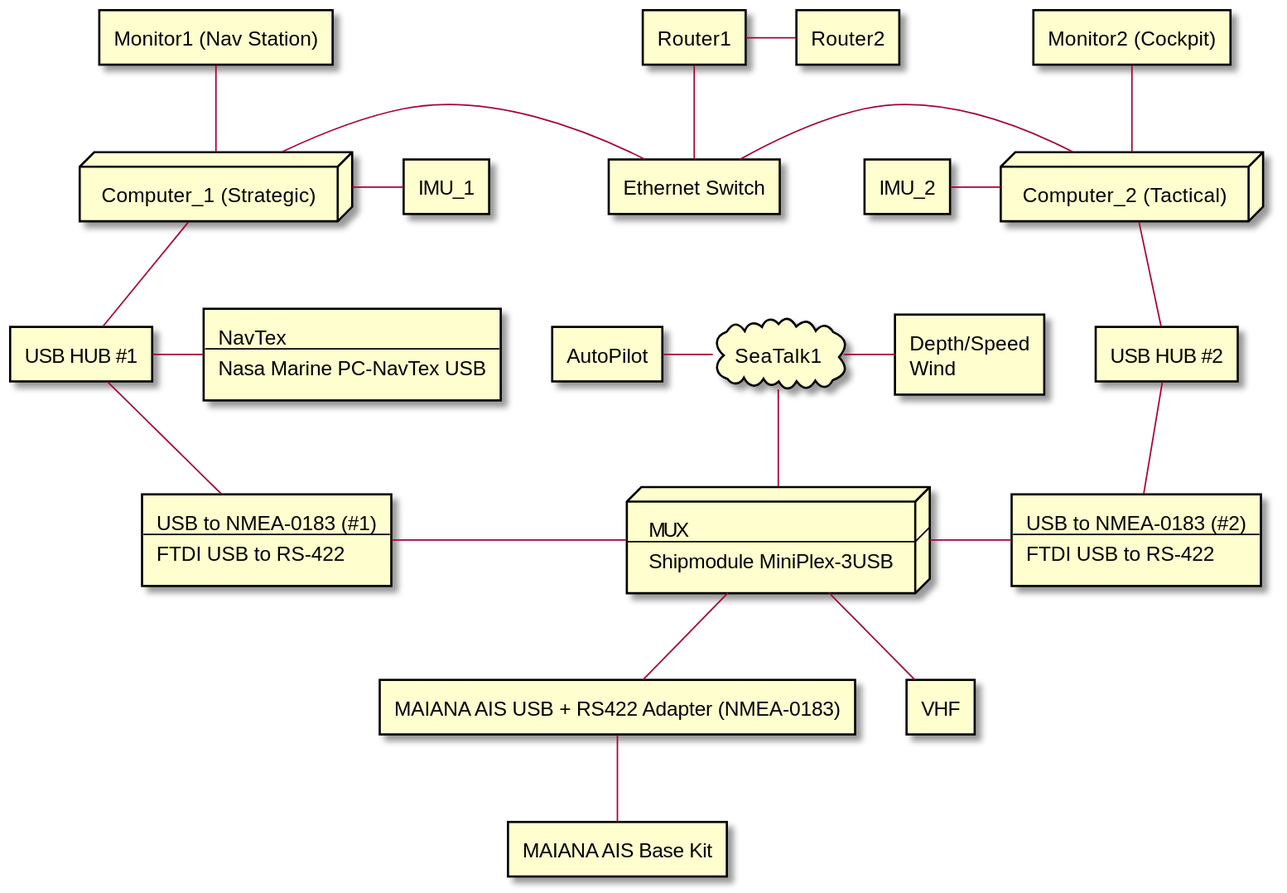
Before: docs/images/two_comp_arch.svg, a diagram exported from PlantUML (SY-Alcazar/SY-Alcazar).
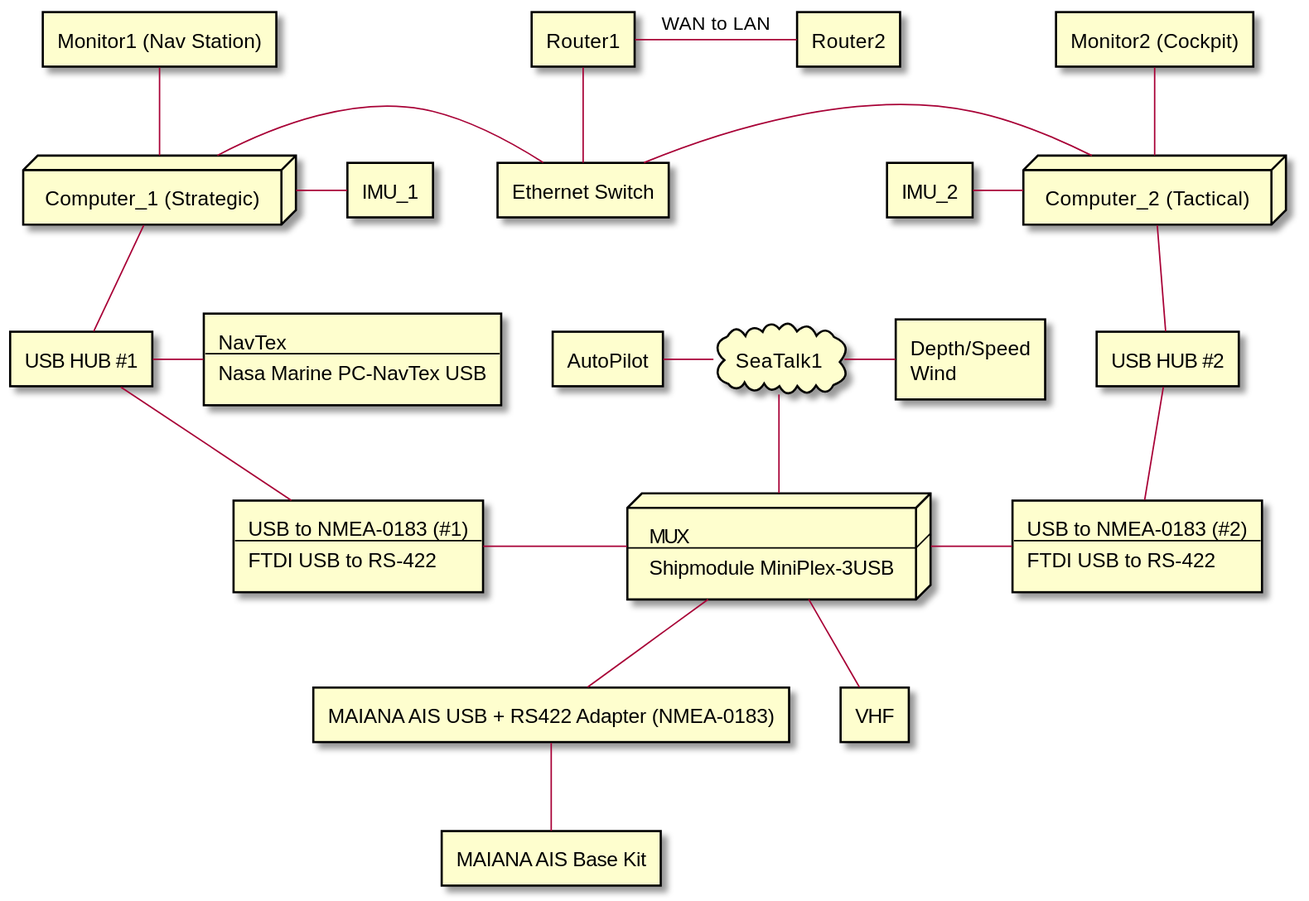
Above is the later version.

The edit, as a diff of the source:
```diff
@@ -119,7 +119,7 @@
 usb_hub1 -- USB_to_Serial1
 usb_hub2 -- USB_to_Serial2
 
-router1 -r- router2
+router1 -r- router2 : WAN to LAN
 Eth_switch -u- router1
 
 Eth_switch -l- comp1
```
